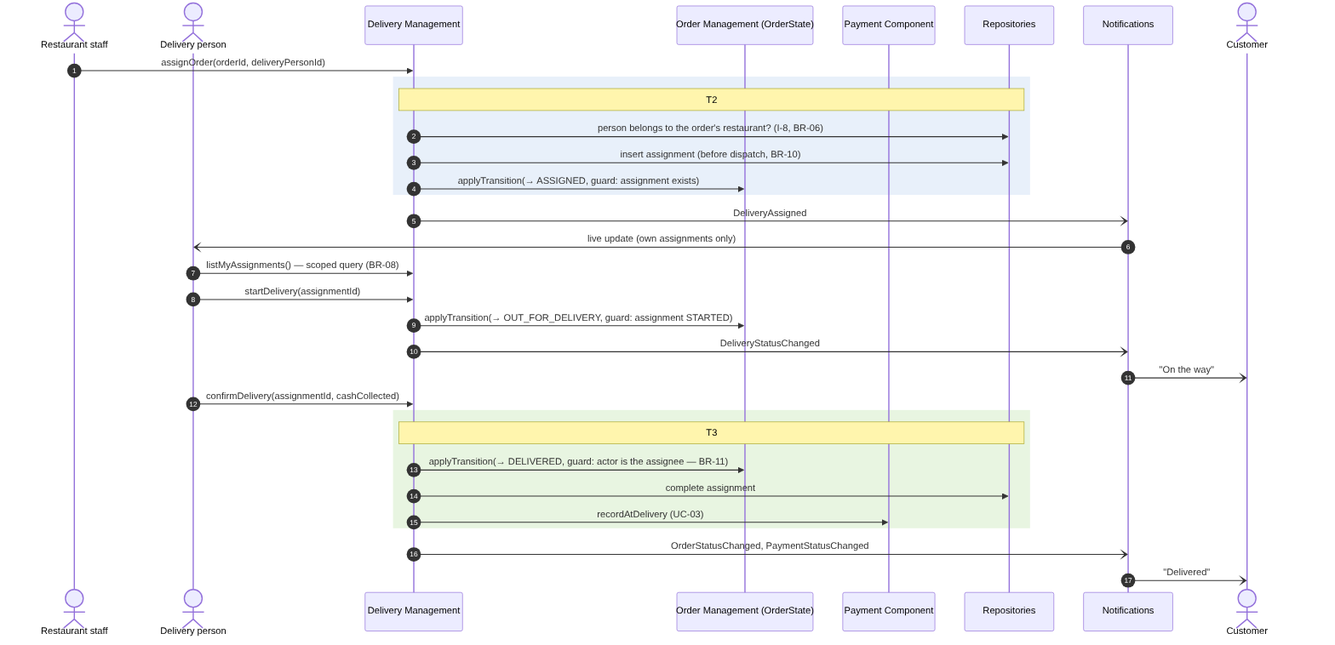
HamzaBL04/FoodGO keeps this Mermaid diagram as docs/uml/sequence-uc02-assign-deliver.png. Above is the earlier version. Its source is kept beside it as docs/uml/sequence-uc02-assign-deliver.mmd. The source it was exported from:
```mermaid
sequenceDiagram
  autonumber
  actor S as Restaurant staff
  actor D as Delivery person
  participant DM as Delivery Management
  participant OM as Order Management (OrderState)
  participant PAY as Payment Component
  participant DB as Repositories
  participant EV as Notifications
  actor C as Customer

  S->>DM: assignOrder(orderId, deliveryPersonId)
  rect rgb(232, 240, 250)
    note over DM,DB: T2
    DM->>DB: person belongs to the order's restaurant? (I-8, BR-06)
    DM->>DB: insert assignment (before dispatch, BR-10)
    DM->>OM: applyTransition(→ ASSIGNED, guard: assignment exists)
  end
  DM-)EV: DeliveryAssigned
  EV-)D: live update (own assignments only)
  D->>DM: listMyAssignments() — scoped query (BR-08)
  D->>DM: startDelivery(assignmentId)
  DM->>OM: applyTransition(→ OUT_FOR_DELIVERY, guard: assignment STARTED)
  DM-)EV: DeliveryStatusChanged
  EV-)C: "On the way"
  D->>DM: confirmDelivery(assignmentId, cashCollected)
  rect rgb(232, 245, 225)
    note over DM,DB: T3
    DM->>OM: applyTransition(→ DELIVERED, guard: actor is the assignee — BR-11)
    DM->>DB: complete assignment
    DM->>PAY: recordAtDelivery (UC-03)
  end
  DM-)EV: OrderStatusChanged, PaymentStatusChanged
  EV-)C: "Delivered"
```
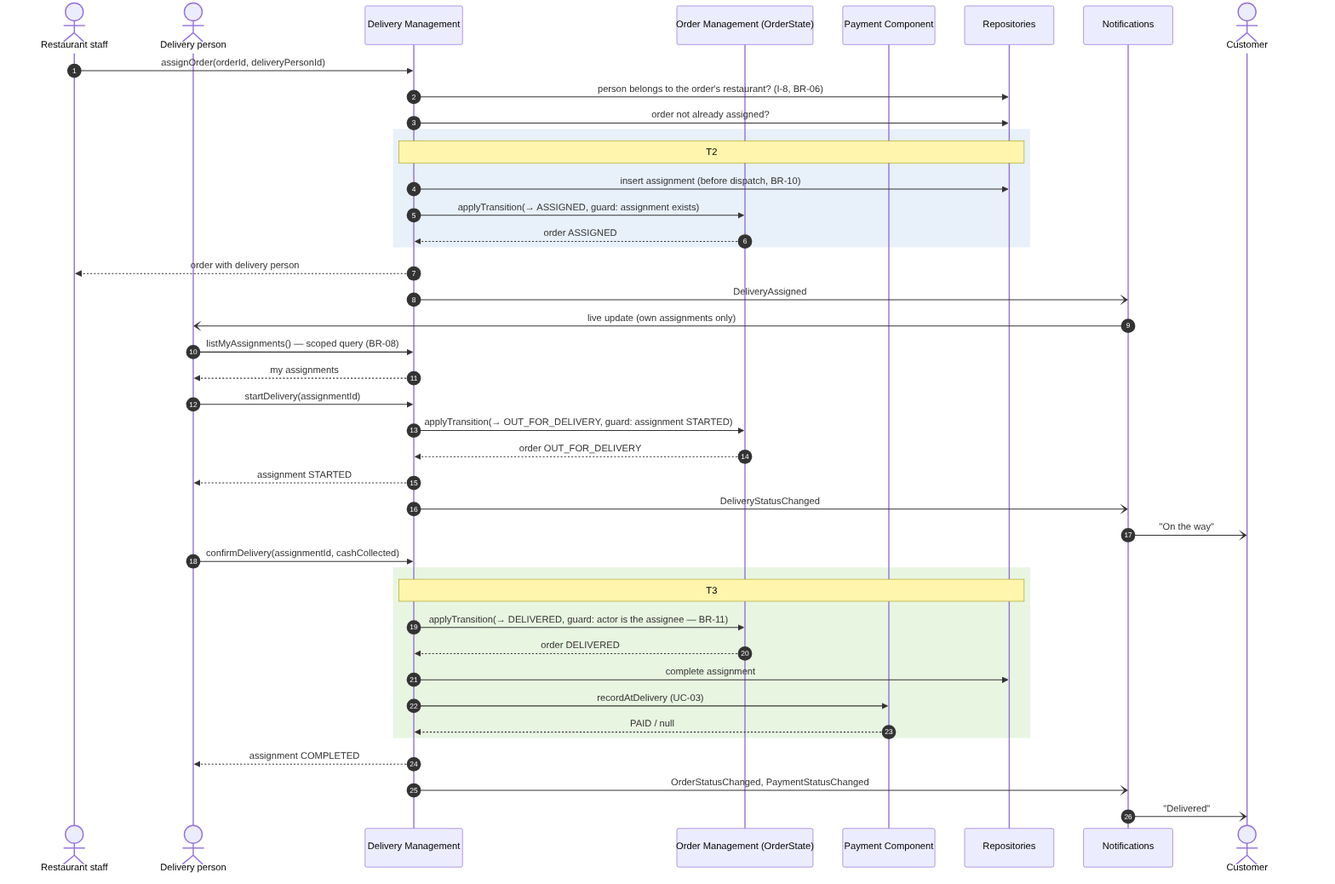
After the change.

Change to the diagram source:
```diff
@@ -10,25 +10,34 @@
   actor C as Customer
 
   S->>DM: assignOrder(orderId, deliveryPersonId)
+  DM->>DB: person belongs to the order's restaurant? (I-8, BR-06)
+  DM->>DB: order not already assigned?
   rect rgb(232, 240, 250)
     note over DM,DB: T2
-    DM->>DB: person belongs to the order's restaurant? (I-8, BR-06)
     DM->>DB: insert assignment (before dispatch, BR-10)
     DM->>OM: applyTransition(→ ASSIGNED, guard: assignment exists)
+    OM-->>DM: order ASSIGNED
   end
+  DM-->>S: order with delivery person
   DM-)EV: DeliveryAssigned
   EV-)D: live update (own assignments only)
   D->>DM: listMyAssignments() — scoped query (BR-08)
+  DM-->>D: my assignments
   D->>DM: startDelivery(assignmentId)
   DM->>OM: applyTransition(→ OUT_FOR_DELIVERY, guard: assignment STARTED)
+  OM-->>DM: order OUT_FOR_DELIVERY
+  DM-->>D: assignment STARTED
   DM-)EV: DeliveryStatusChanged
   EV-)C: "On the way"
   D->>DM: confirmDelivery(assignmentId, cashCollected)
   rect rgb(232, 245, 225)
     note over DM,DB: T3
     DM->>OM: applyTransition(→ DELIVERED, guard: actor is the assignee — BR-11)
+    OM-->>DM: order DELIVERED
     DM->>DB: complete assignment
     DM->>PAY: recordAtDelivery (UC-03)
+    PAY-->>DM: PAID / null
   end
+  DM-->>D: assignment COMPLETED
   DM-)EV: OrderStatusChanged, PaymentStatusChanged
   EV-)C: "Delivered"
```
